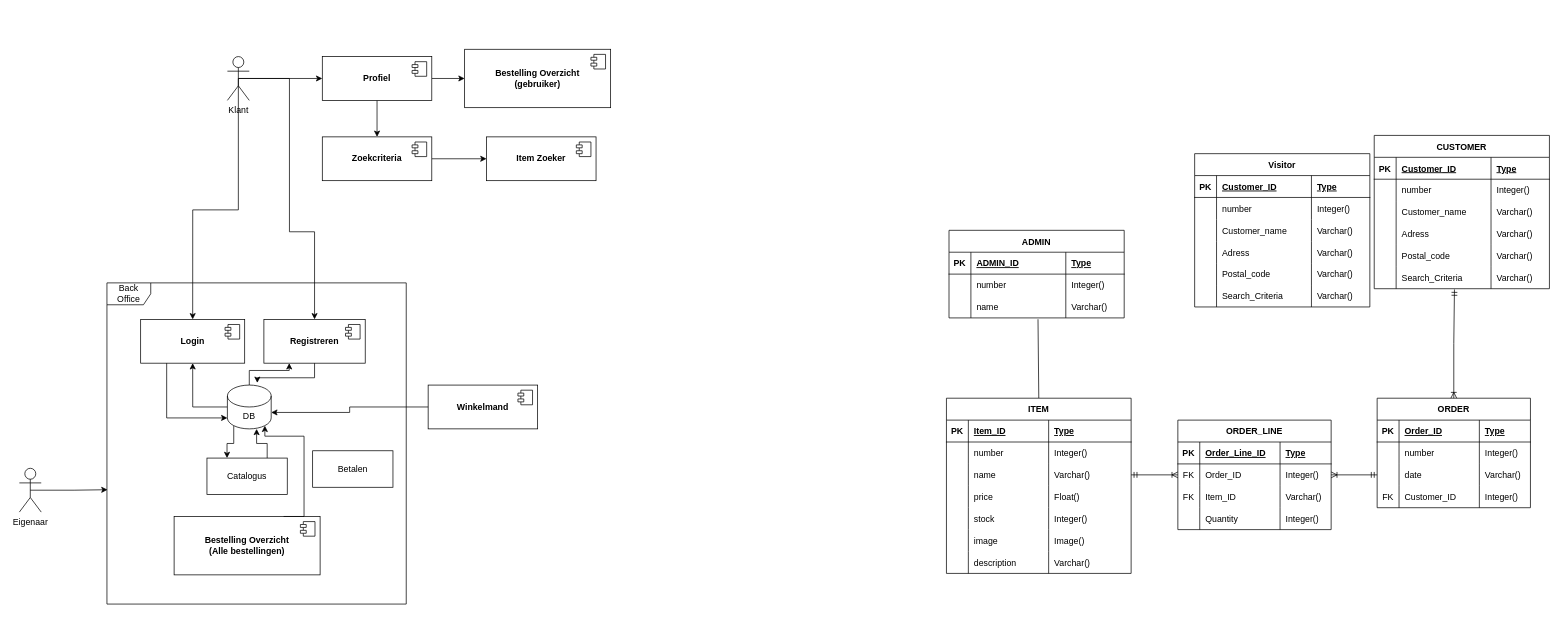
Earlier version of the draw.io diagram documents/Webshop ERD.drawio (Reillum/educom-webshop-runtime-records-1739178221). Source tidied: cells renumbered, new cells numbered last; positions are measured from the earlier drawing's top-left corner, leaving out a move shared by most shapes. Both pictures are drawn from the tidied source at 73%, with x=0, y=0 at pixel (19, 49).
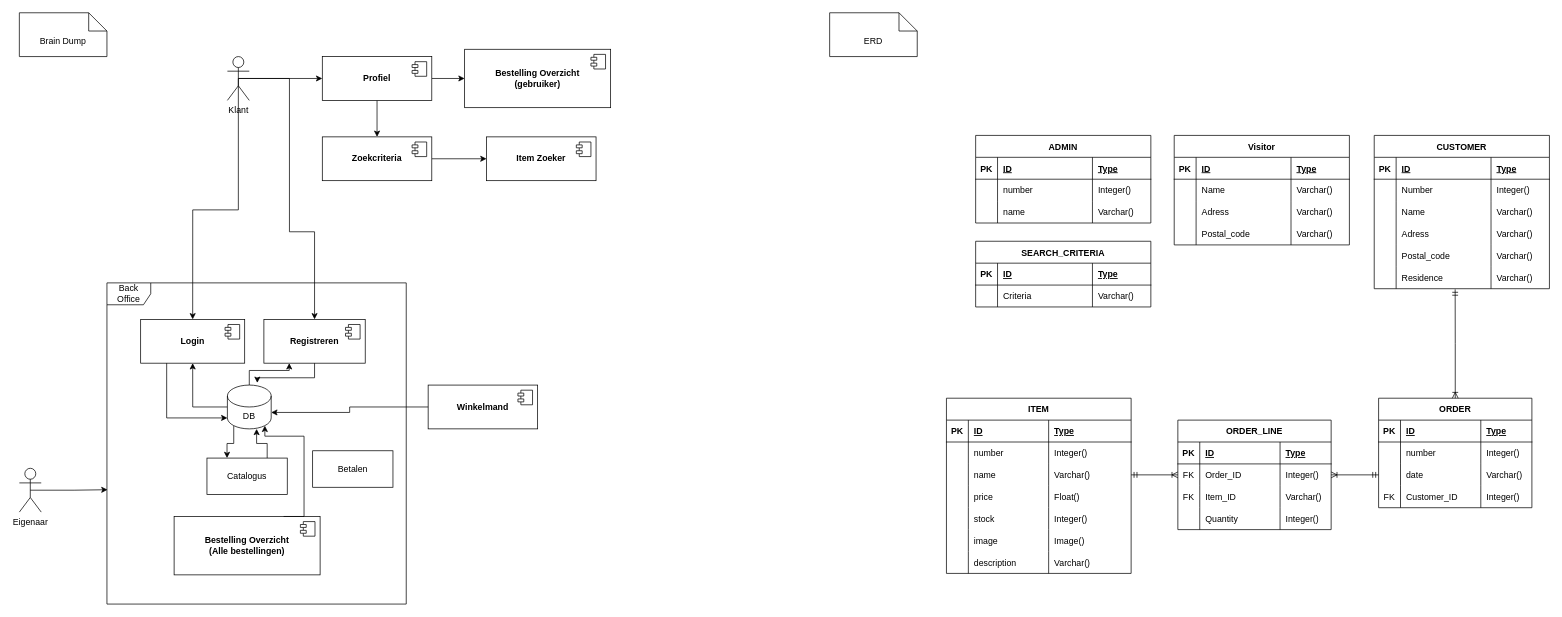
The same page after the edit.

Unchanged cells that the change refers to:
```xml
<mxCell id="40" value="ITEM" style="shape=table;startSize=30;childLayout=tableLayout;rowLines=0;fontStyle=1;align=center;" parent="1" vertex="1">
  <mxGeometry x="1270" y="478" width="253" height="240" as="geometry" />
</mxCell>
<mxCell id="41" style="shape=tableRow;horizontal=0;startSize=0;swimlaneHead=0;swimlaneBody=0;fillColor=none;top=0;left=0;right=0;bottom=1;" parent="40" vertex="1">
  <mxGeometry y="30" width="253" height="30" as="geometry" />
</mxCell>
<mxCell id="70" style="shape=tableRow;horizontal=0;startSize=0;swimlaneHead=0;swimlaneBody=0;fillColor=none;top=0;left=0;right=0;bottom=1;" parent="69" vertex="1">
  <mxGeometry y="30" width="210" height="30" as="geometry" />
</mxCell>
<mxCell id="87" style="shape=tableRow;horizontal=0;startSize=0;swimlaneHead=0;swimlaneBody=0;fillColor=none;top=0;left=0;right=0;bottom=1;" parent="86" vertex="1">
  <mxGeometry y="30" width="210" height="30" as="geometry" />
</mxCell>
<mxCell id="103" value="CUSTOMER" style="shape=table;startSize=30;childLayout=tableLayout;rowLines=0;fontStyle=1;align=center;" parent="1" vertex="1">
  <mxGeometry x="1856" y="118" width="240" height="210" as="geometry" />
</mxCell>
<mxCell id="104" style="shape=tableRow;horizontal=0;startSize=0;swimlaneHead=0;swimlaneBody=0;fillColor=none;top=0;left=0;right=0;bottom=1;" parent="103" vertex="1">
  <mxGeometry y="30" width="240" height="30" as="geometry" />
</mxCell>
<mxCell id="108" style="shape=tableRow;horizontal=0;startSize=0;swimlaneHead=0;swimlaneBody=0;fillColor=none;top=0;left=0;right=0;bottom=0;" parent="103" vertex="1">
  <mxGeometry y="60" width="240" height="30" as="geometry" />
</mxCell>
<mxCell id="112" style="shape=tableRow;horizontal=0;startSize=0;swimlaneHead=0;swimlaneBody=0;fillColor=none;top=0;left=0;right=0;bottom=0;" parent="103" vertex="1">
  <mxGeometry y="90" width="240" height="30" as="geometry" />
</mxCell>
<mxCell id="132" style="shape=tableRow;horizontal=0;startSize=0;swimlaneHead=0;swimlaneBody=0;fillColor=none;top=0;left=0;right=0;bottom=1;" parent="131" vertex="1">
  <mxGeometry y="30" width="240" height="30" as="geometry" />
</mxCell>
<mxCell id="140" style="shape=tableRow;horizontal=0;startSize=0;swimlaneHead=0;swimlaneBody=0;fillColor=none;points=[[0,0.5],[1,0.5]];portConstraint=eastwest;top=0;left=0;right=0;bottom=0;" parent="131" vertex="1">
  <mxGeometry y="90" width="240" height="30" as="geometry" />
</mxCell>
<mxCell id="145" style="shape=tableRow;horizontal=0;startSize=0;swimlaneHead=0;swimlaneBody=0;fillColor=none;top=0;left=0;right=0;bottom=1;" parent="144" vertex="1">
  <mxGeometry y="30" width="240" height="30" as="geometry" />
</mxCell>
```

Diff of the diagram source:
```diff
@@
-    <mxCell id="39" style="edgeStyle=none;html=1;exitX=0.5;exitY=0;exitDx=0;exitDy=0;entryX=0.508;entryY=1.061;entryDx=0;entryDy=0;entryPerimeter=0;startArrow=none;startFill=0;endArrow=none;endFill=0;" parent="1" edge="1" source="40" target="140">
-      <mxGeometry relative="1" as="geometry" />
-    </mxCell>
@@
-    <mxCell id="43" value="Item_ID" style="shape=partialRectangle;fillColor=none;top=0;left=0;bottom=0;right=0;align=left;spacingLeft=6;fontStyle=5;overflow=hidden;" parent="41" vertex="1">
+    <mxCell id="43" value="ID" style="shape=partialRectangle;fillColor=none;top=0;left=0;bottom=0;right=0;align=left;spacingLeft=6;fontStyle=5;overflow=hidden;" parent="41" vertex="1">
       <mxGeometry x="30" width="110" height="30" as="geometry" />
     </mxCell>
@@
-    <mxCell id="72" value="Order_Line_ID" style="shape=partialRectangle;fillColor=none;top=0;left=0;bottom=0;right=0;align=left;spacingLeft=6;fontStyle=5;overflow=hidden;" parent="70" vertex="1">
+    <mxCell id="72" value="ID" style="shape=partialRectangle;fillColor=none;top=0;left=0;bottom=0;right=0;align=left;spacingLeft=6;fontStyle=5;overflow=hidden;" parent="70" vertex="1">
       <mxGeometry x="30" width="110" height="30" as="geometry" />
     </mxCell>
@@
     <mxCell id="86" value="ORDER" style="shape=table;startSize=30;childLayout=tableLayout;rowLines=0;fontStyle=1;align=center;" parent="1" vertex="1">
-      <mxGeometry x="1860" y="478" width="210" height="150" as="geometry" />
+      <mxGeometry x="1862" y="478" width="210" height="150" as="geometry" />
     </mxCell>
@@
-    <mxCell id="89" value="Order_ID" style="shape=partialRectangle;fillColor=none;top=0;left=0;bottom=0;right=0;align=left;spacingLeft=6;fontStyle=5;overflow=hidden;" parent="87" vertex="1">
+    <mxCell id="89" value="ID" style="shape=partialRectangle;fillColor=none;top=0;left=0;bottom=0;right=0;align=left;spacingLeft=6;fontStyle=5;overflow=hidden;" parent="87" vertex="1">
       <mxGeometry x="30" width="110" height="30" as="geometry" />
     </mxCell>
@@
-    <mxCell id="106" value="Customer_ID" style="shape=partialRectangle;fillColor=none;top=0;left=0;bottom=0;right=0;align=left;spacingLeft=6;fontStyle=5;overflow=hidden;" parent="104" vertex="1">
+    <mxCell id="106" value="ID" style="shape=partialRectangle;fillColor=none;top=0;left=0;bottom=0;right=0;align=left;spacingLeft=6;fontStyle=5;overflow=hidden;" parent="104" vertex="1">
       <mxGeometry x="30" width="130" height="30" as="geometry" />
     </mxCell>
@@
-    <mxCell id="110" value="number" style="shape=partialRectangle;fillColor=none;top=0;left=0;bottom=0;right=0;align=left;spacingLeft=6;overflow=hidden;" parent="108" vertex="1">
+    <mxCell id="110" value="Number" style="shape=partialRectangle;fillColor=none;top=0;left=0;bottom=0;right=0;align=left;spacingLeft=6;overflow=hidden;" parent="108" vertex="1">
       <mxGeometry x="30" width="130" height="30" as="geometry" />
     </mxCell>
@@
-    <mxCell id="114" value="Customer_name" style="shape=partialRectangle;fillColor=none;top=0;left=0;bottom=0;right=0;align=left;spacingLeft=6;overflow=hidden;" parent="112" vertex="1">
+    <mxCell id="114" value="Name" style="shape=partialRectangle;fillColor=none;top=0;left=0;bottom=0;right=0;align=left;spacingLeft=6;overflow=hidden;" parent="112" vertex="1">
       <mxGeometry x="30" width="130" height="30" as="geometry" />
     </mxCell>
@@
-    <mxCell id="124" style="shape=tableRow;horizontal=0;startSize=0;swimlaneHead=0;swimlaneBody=0;fillColor=none;points=[[0,0.5],[1,0.5]];portConstraint=eastwest;top=0;left=0;right=0;bottom=0;" parent="103" vertex="1">
-      <mxGeometry y="180" width="240" height="30" as="geometry" />
-    </mxCell>
-    <mxCell id="125" style="shape=partialRectangle;fillColor=none;top=0;left=0;bottom=0;right=0;overflow=hidden;" parent="124" vertex="1">
-      <mxGeometry width="30" height="30" as="geometry" />
-    </mxCell>
-    <mxCell id="126" value="Search_Criteria" style="shape=partialRectangle;fillColor=none;top=0;left=0;bottom=0;right=0;align=left;spacingLeft=6;overflow=hidden;" parent="124" vertex="1">
-      <mxGeometry x="30" width="130" height="30" as="geometry" />
-    </mxCell>
-    <mxCell id="127" value="Varchar()" style="shape=partialRectangle;fillColor=none;top=0;left=0;bottom=0;right=0;align=left;spacingLeft=6;overflow=hidden;" parent="124" vertex="1">
-      <mxGeometry x="160" width="80" height="30" as="geometry" />
-    </mxCell>
+    <mxCell id="169" style="shape=tableRow;horizontal=0;startSize=0;swimlaneHead=0;swimlaneBody=0;fillColor=none;points=[[0,0.5],[1,0.5]];portConstraint=eastwest;top=0;left=0;right=0;bottom=0;" parent="103" vertex="1">
+      <mxGeometry y="180" width="240" height="30" as="geometry" />
+    </mxCell>
+    <mxCell id="170" style="shape=partialRectangle;fillColor=none;top=0;left=0;bottom=0;right=0;overflow=hidden;" parent="169" vertex="1">
+      <mxGeometry width="30" height="30" as="geometry" />
+    </mxCell>
+    <mxCell id="171" value="Residence" style="shape=partialRectangle;fillColor=none;top=0;left=0;bottom=0;right=0;align=left;spacingLeft=6;overflow=hidden;" parent="169" vertex="1">
+      <mxGeometry x="30" width="130" height="30" as="geometry" />
+    </mxCell>
+    <mxCell id="172" value="Varchar()" style="shape=partialRectangle;fillColor=none;top=0;left=0;bottom=0;right=0;align=left;spacingLeft=6;overflow=hidden;" parent="169" vertex="1">
+      <mxGeometry x="160" width="80" height="30" as="geometry" />
+    </mxCell>
@@
-    <mxCell id="130" style="edgeStyle=orthogonalEdgeStyle;rounded=0;jettySize=auto;html=1;exitX=0.5;exitY=0;exitDx=0;exitDy=0;entryX=0.458;entryY=1.033;entryDx=0;entryDy=0;endArrow=ERmandOne;endFill=0;startArrow=ERoneToMany;startFill=0;entryPerimeter=0;" parent="1" edge="1" source="86" target="124">
+    <mxCell id="130" style="edgeStyle=orthogonalEdgeStyle;rounded=0;jettySize=auto;html=1;exitX=0.5;exitY=0;exitDx=0;exitDy=0;endArrow=ERmandOne;endFill=0;startArrow=ERoneToMany;startFill=0;entryX=0.462;entryY=1.03;entryDx=0;entryDy=0;entryPerimeter=0;" parent="1" edge="1" source="86" target="169">
       <mxGeometry relative="1" as="geometry" />
     </mxCell>
     <mxCell id="131" value="ADMIN" style="shape=table;startSize=30;childLayout=tableLayout;rowLines=0;fontStyle=1;align=center;" parent="1" vertex="1">
-      <mxGeometry x="1273.5" y="248" width="240" height="120" as="geometry" />
+      <mxGeometry x="1310" y="118" width="240" height="120" as="geometry" />
     </mxCell>
@@
-    <mxCell id="134" value="ADMIN_ID" style="shape=partialRectangle;fillColor=none;top=0;left=0;bottom=0;right=0;align=left;spacingLeft=6;fontStyle=5;overflow=hidden;" parent="132" vertex="1">
+    <mxCell id="134" value="ID" style="shape=partialRectangle;fillColor=none;top=0;left=0;bottom=0;right=0;align=left;spacingLeft=6;fontStyle=5;overflow=hidden;" parent="132" vertex="1">
       <mxGeometry x="30" width="130" height="30" as="geometry" />
     </mxCell>
@@
     <mxCell id="144" value="Visitor" style="shape=table;startSize=30;childLayout=tableLayout;rowLines=0;fontStyle=1;align=center;" parent="1" vertex="1">
-      <mxGeometry x="1610" y="143" width="240" height="210" as="geometry" />
+      <mxGeometry x="1582" y="118" width="240" height="150" as="geometry" />
     </mxCell>
@@
-    <mxCell id="147" value="Customer_ID" style="shape=partialRectangle;fillColor=none;top=0;left=0;bottom=0;right=0;align=left;spacingLeft=6;fontStyle=5;overflow=hidden;" parent="145" vertex="1">
+    <mxCell id="147" value="ID" style="shape=partialRectangle;fillColor=none;top=0;left=0;bottom=0;right=0;align=left;spacingLeft=6;fontStyle=5;overflow=hidden;" parent="145" vertex="1">
       <mxGeometry x="30" width="130" height="30" as="geometry" />
     </mxCell>
@@
-    <mxCell id="149" style="shape=tableRow;horizontal=0;startSize=0;swimlaneHead=0;swimlaneBody=0;fillColor=none;top=0;left=0;right=0;bottom=0;" parent="144" vertex="1">
-      <mxGeometry y="60" width="240" height="30" as="geometry" />
-    </mxCell>
-    <mxCell id="150" style="shape=partialRectangle;fillColor=none;top=0;left=0;bottom=0;right=0;overflow=hidden;" parent="149" vertex="1">
-      <mxGeometry width="30" height="30" as="geometry" />
-    </mxCell>
-    <mxCell id="151" value="number" style="shape=partialRectangle;fillColor=none;top=0;left=0;bottom=0;right=0;align=left;spacingLeft=6;overflow=hidden;" parent="149" vertex="1">
-      <mxGeometry x="30" width="130" height="30" as="geometry" />
-    </mxCell>
-    <mxCell id="152" value="Integer()" style="shape=partialRectangle;fillColor=none;top=0;left=0;bottom=0;right=0;align=left;spacingLeft=6;overflow=hidden;" parent="149" vertex="1">
-      <mxGeometry x="160" width="80" height="30" as="geometry" />
-    </mxCell>
     <mxCell id="153" style="shape=tableRow;horizontal=0;startSize=0;swimlaneHead=0;swimlaneBody=0;fillColor=none;top=0;left=0;right=0;bottom=0;" parent="144" vertex="1">
-      <mxGeometry y="90" width="240" height="30" as="geometry" />
+      <mxGeometry y="60" width="240" height="30" as="geometry" />
     </mxCell>
@@
-    <mxCell id="155" value="Customer_name" style="shape=partialRectangle;fillColor=none;top=0;left=0;bottom=0;right=0;align=left;spacingLeft=6;overflow=hidden;" parent="153" vertex="1">
+    <mxCell id="155" value="Name" style="shape=partialRectangle;fillColor=none;top=0;left=0;bottom=0;right=0;align=left;spacingLeft=6;overflow=hidden;" parent="153" vertex="1">
       <mxGeometry x="30" width="130" height="30" as="geometry" />
     </mxCell>
@@
     <mxCell id="157" style="shape=tableRow;horizontal=0;startSize=0;swimlaneHead=0;swimlaneBody=0;fillColor=none;top=0;left=0;right=0;bottom=0;" parent="144" vertex="1">
-      <mxGeometry y="120" width="240" height="30" as="geometry" />
+      <mxGeometry y="90" width="240" height="30" as="geometry" />
     </mxCell>
@@
     <mxCell id="161" style="shape=tableRow;horizontal=0;startSize=0;swimlaneHead=0;swimlaneBody=0;fillColor=none;top=0;left=0;right=0;bottom=0;" parent="144" vertex="1">
-      <mxGeometry y="150" width="240" height="30" as="geometry" />
+      <mxGeometry y="120" width="240" height="30" as="geometry" />
     </mxCell>
@@
-    <mxCell id="165" style="shape=tableRow;horizontal=0;startSize=0;swimlaneHead=0;swimlaneBody=0;fillColor=none;top=0;left=0;right=0;bottom=0;" parent="144" vertex="1">
-      <mxGeometry y="180" width="240" height="30" as="geometry" />
-    </mxCell>
-    <mxCell id="166" style="shape=partialRectangle;fillColor=none;top=0;left=0;bottom=0;right=0;overflow=hidden;" parent="165" vertex="1">
-      <mxGeometry width="30" height="30" as="geometry" />
-    </mxCell>
-    <mxCell id="167" value="Search_Criteria" style="shape=partialRectangle;fillColor=none;top=0;left=0;bottom=0;right=0;align=left;spacingLeft=6;overflow=hidden;" parent="165" vertex="1">
-      <mxGeometry x="30" width="130" height="30" as="geometry" />
-    </mxCell>
-    <mxCell id="168" value="Varchar()" style="shape=partialRectangle;fillColor=none;top=0;left=0;bottom=0;right=0;align=left;spacingLeft=6;overflow=hidden;" parent="165" vertex="1">
-      <mxGeometry x="160" width="80" height="30" as="geometry" />
-    </mxCell>
+    <mxCell id="173" value="SEARCH_CRITERIA" style="shape=table;startSize=30;childLayout=tableLayout;rowLines=0;fontStyle=1;align=center;" parent="1" vertex="1">
+      <mxGeometry x="1310" y="263" width="240" height="90" as="geometry" />
+    </mxCell>
+    <mxCell id="174" style="shape=tableRow;horizontal=0;startSize=0;swimlaneHead=0;swimlaneBody=0;fillColor=none;top=0;left=0;right=0;bottom=1;" parent="173" vertex="1">
+      <mxGeometry y="30" width="240" height="30" as="geometry" />
+    </mxCell>
+    <mxCell id="175" value="PK" style="shape=partialRectangle;fillColor=none;top=0;left=0;bottom=0;right=0;fontStyle=1;overflow=hidden;" parent="174" vertex="1">
+      <mxGeometry width="30" height="30" as="geometry" />
+    </mxCell>
+    <mxCell id="176" value="ID" style="shape=partialRectangle;fillColor=none;top=0;left=0;bottom=0;right=0;align=left;spacingLeft=6;fontStyle=5;overflow=hidden;" parent="174" vertex="1">
+      <mxGeometry x="30" width="130" height="30" as="geometry" />
+    </mxCell>
+    <mxCell id="177" value="Type" style="shape=partialRectangle;fillColor=none;top=0;left=0;bottom=0;right=0;align=left;spacingLeft=6;fontStyle=5;overflow=hidden;" parent="174" vertex="1">
+      <mxGeometry x="160" width="80" height="30" as="geometry" />
+    </mxCell>
+    <mxCell id="149" style="shape=tableRow;horizontal=0;startSize=0;swimlaneHead=0;swimlaneBody=0;fillColor=none;top=0;left=0;right=0;bottom=0;" parent="173" vertex="1">
+      <mxGeometry y="60" width="240" height="30" as="geometry" />
+    </mxCell>
+    <mxCell id="178" style="shape=partialRectangle;fillColor=none;top=0;left=0;bottom=0;right=0;overflow=hidden;" parent="149" vertex="1">
+      <mxGeometry width="30" height="30" as="geometry" />
+    </mxCell>
+    <mxCell id="179" value="Criteria" style="shape=partialRectangle;fillColor=none;top=0;left=0;bottom=0;right=0;align=left;spacingLeft=6;overflow=hidden;" parent="149" vertex="1">
+      <mxGeometry x="30" width="130" height="30" as="geometry" />
+    </mxCell>
+    <mxCell id="180" value="Varchar()" style="shape=partialRectangle;fillColor=none;top=0;left=0;bottom=0;right=0;align=left;spacingLeft=6;overflow=hidden;" parent="149" vertex="1">
+      <mxGeometry x="160" width="80" height="30" as="geometry" />
+    </mxCell>
+    <mxCell id="181" value="ERD" style="shape=note2;boundedLbl=1;whiteSpace=wrap;html=1;size=25;verticalAlign=top;align=center;" parent="1" vertex="1">
+      <mxGeometry x="1110" y="-50" width="120" height="60" as="geometry" />
+    </mxCell>
+    <mxCell id="182" value="Brain Dump" style="shape=note2;boundedLbl=1;whiteSpace=wrap;html=1;size=25;verticalAlign=top;align=center;" parent="1" vertex="1">
+      <mxGeometry y="-50" width="120" height="60" as="geometry" />
+    </mxCell>
```
